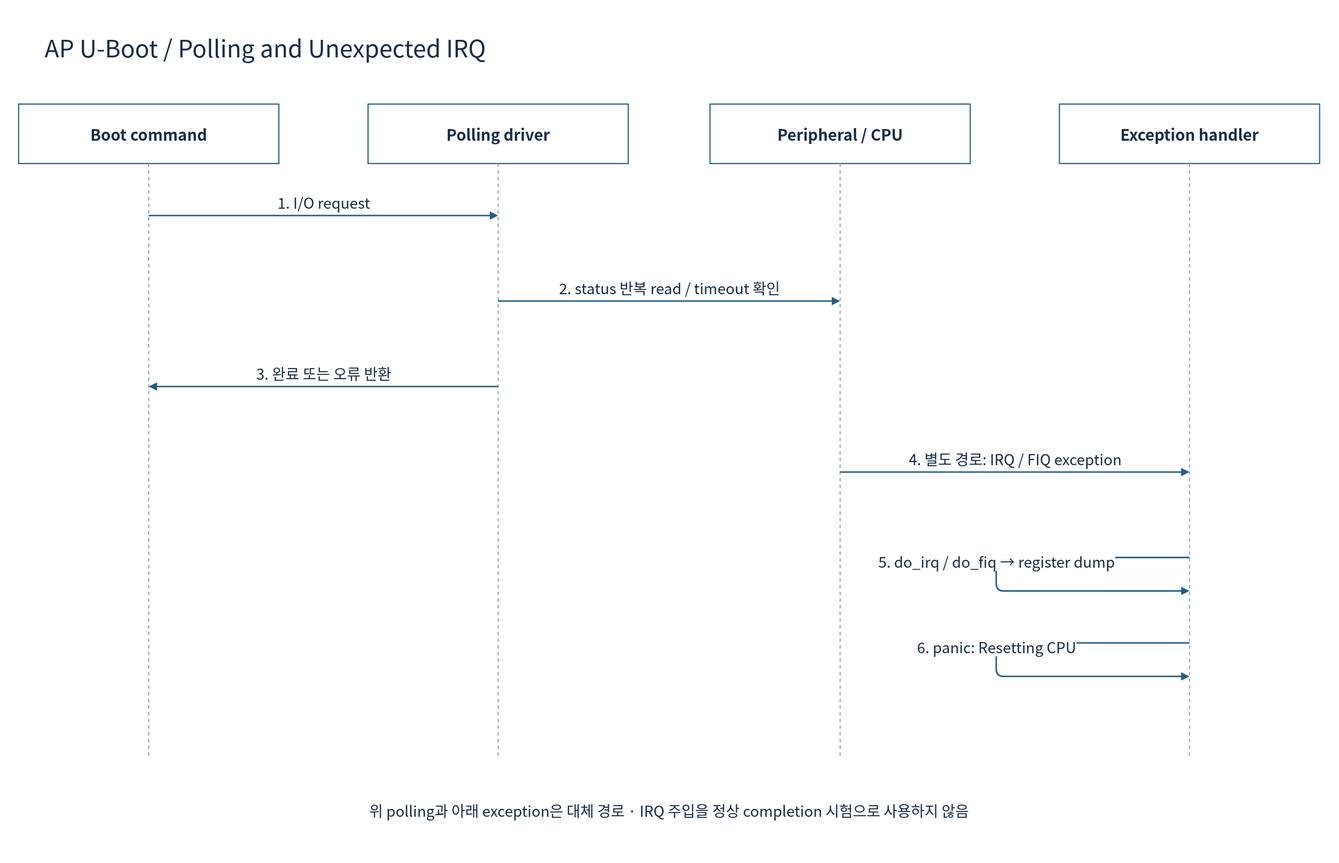
cometzero/project-apollo keeps this draw.io diagram as doc/phase1/interrupt/diagrams/09c-uboot-sequence.drawio.svg. Above is the earlier version. Source tidied: cells renumbered, new cells last; positions are measured from the earlier drawing's top-left corner, leaving out a move shared by most shapes. Its diagram source:
```xml
<mxGraphModel background="#FFFFFF">
  <root>
    <mxCell id="0" />
    <mxCell id="1" parent="0" />
    <mxCell id="2" style="rounded=0;whiteSpace=wrap;html=1;fillColor=#FFFFFF;strokeColor=none;strokeWidth=1.5;fontColor=#172C43;fontFamily=Noto Sans CJK KR;fontSize=22;spacing=10;" parent="1" vertex="1">
      <mxGeometry width="1800" height="1160" as="geometry" />
    </mxCell>
    <mxCell id="3" value="AP U-Boot / Polling and Unexpected IRQ" style="rounded=0;whiteSpace=wrap;html=1;fillColor=#FFFFFF;strokeColor=none;strokeWidth=1.5;fontColor=#172C43;fontFamily=Noto Sans CJK KR;fontSize=22;spacing=10;fontSize=32;align=left;" parent="1" vertex="1">
      <mxGeometry x="50" y="30" width="1700" height="65" as="geometry" />
    </mxCell>
    <mxCell id="4" value="Boot command" style="rounded=0;whiteSpace=wrap;html=1;fillColor=#FFFFFF;strokeColor=#235D86;strokeWidth=1.5;fontColor=#172C43;fontFamily=Noto Sans CJK KR;fontSize=22;spacing=10;fontStyle=1;fontSize=21;" parent="1" vertex="1">
      <mxGeometry x="25" y="140" width="350" height="80" as="geometry" />
    </mxCell>
    <mxCell id="5" style="endArrow=none;dashed=1;strokeColor=#94A3B8;strokeWidth=1.5;" parent="1" edge="1">
      <mxGeometry relative="1" as="geometry">
        <mxPoint x="200" y="220" as="sourcePoint" />
        <mxPoint x="200" y="1020" as="targetPoint" />
      </mxGeometry>
    </mxCell>
    <mxCell id="6" value="Polling driver" style="rounded=0;whiteSpace=wrap;html=1;fillColor=#FFFFFF;strokeColor=#235D86;strokeWidth=1.5;fontColor=#172C43;fontFamily=Noto Sans CJK KR;fontSize=22;spacing=10;fontStyle=1;fontSize=21;" parent="1" vertex="1">
      <mxGeometry x="495" y="140" width="350" height="80" as="geometry" />
    </mxCell>
    <mxCell id="7" style="endArrow=none;dashed=1;strokeColor=#94A3B8;strokeWidth=1.5;" parent="1" edge="1">
      <mxGeometry relative="1" as="geometry">
        <mxPoint x="670" y="220" as="sourcePoint" />
        <mxPoint x="670" y="1020" as="targetPoint" />
      </mxGeometry>
    </mxCell>
    <mxCell id="8" value="Peripheral / CPU" style="rounded=0;whiteSpace=wrap;html=1;fillColor=#FFFFFF;strokeColor=#235D86;strokeWidth=1.5;fontColor=#172C43;fontFamily=Noto Sans CJK KR;fontSize=22;spacing=10;fontStyle=1;fontSize=21;" parent="1" vertex="1">
      <mxGeometry x="955" y="140" width="350" height="80" as="geometry" />
    </mxCell>
    <mxCell id="9" style="endArrow=none;dashed=1;strokeColor=#94A3B8;strokeWidth=1.5;" parent="1" edge="1">
      <mxGeometry relative="1" as="geometry">
        <mxPoint x="1130" y="220" as="sourcePoint" />
        <mxPoint x="1130" y="1020" as="targetPoint" />
      </mxGeometry>
    </mxCell>
    <mxCell id="10" value="Exception handler" style="rounded=0;whiteSpace=wrap;html=1;fillColor=#FFFFFF;strokeColor=#235D86;strokeWidth=1.5;fontColor=#172C43;fontFamily=Noto Sans CJK KR;fontSize=22;spacing=10;fontStyle=1;fontSize=21;" parent="1" vertex="1">
      <mxGeometry x="1425" y="140" width="350" height="80" as="geometry" />
    </mxCell>
    <mxCell id="11" style="endArrow=none;dashed=1;strokeColor=#94A3B8;strokeWidth=1.5;" parent="1" edge="1">
      <mxGeometry relative="1" as="geometry">
        <mxPoint x="1600" y="220" as="sourcePoint" />
        <mxPoint x="1600" y="1020" as="targetPoint" />
      </mxGeometry>
    </mxCell>
    <mxCell id="12" value="1. I/O request" style="edgeStyle=none;html=1;endArrow=block;endFill=1;strokeColor=#235D86;strokeWidth=2;fontColor=#172C43;fontFamily=Noto Sans CJK KR;fontSize=20;labelBackgroundColor=#FFFFFF;" parent="1" edge="1">
      <mxGeometry relative="1" as="geometry">
        <mxPoint x="200" y="290" as="sourcePoint" />
        <mxPoint x="670" y="290" as="targetPoint" />
        <mxPoint y="-18" as="offset" />
      </mxGeometry>
    </mxCell>
    <mxCell id="13" value="2. status 반복 read / timeout 확인" style="edgeStyle=none;html=1;endArrow=block;endFill=1;strokeColor=#235D86;strokeWidth=2;fontColor=#172C43;fontFamily=Noto Sans CJK KR;fontSize=20;labelBackgroundColor=#FFFFFF;" parent="1" edge="1">
      <mxGeometry relative="1" as="geometry">
        <mxPoint x="670" y="405" as="sourcePoint" />
        <mxPoint x="1130" y="405" as="targetPoint" />
        <mxPoint y="-18" as="offset" />
      </mxGeometry>
    </mxCell>
    <mxCell id="14" value="3. 완료 또는 오류 반환" style="edgeStyle=none;html=1;endArrow=block;endFill=1;strokeColor=#235D86;strokeWidth=2;fontColor=#172C43;fontFamily=Noto Sans CJK KR;fontSize=20;labelBackgroundColor=#FFFFFF;" parent="1" edge="1">
      <mxGeometry relative="1" as="geometry">
        <mxPoint x="670" y="520" as="sourcePoint" />
        <mxPoint x="200" y="520" as="targetPoint" />
        <mxPoint y="-18" as="offset" />
      </mxGeometry>
    </mxCell>
    <mxCell id="15" value="4. 별도 경로: IRQ / FIQ exception" style="edgeStyle=none;html=1;endArrow=block;endFill=1;strokeColor=#235D86;strokeWidth=2;fontColor=#172C43;fontFamily=Noto Sans CJK KR;fontSize=20;labelBackgroundColor=#FFFFFF;" parent="1" edge="1">
      <mxGeometry relative="1" as="geometry">
        <mxPoint x="1130" y="635" as="sourcePoint" />
        <mxPoint x="1600" y="635" as="targetPoint" />
        <mxPoint y="-18" as="offset" />
      </mxGeometry>
    </mxCell>
    <mxCell id="16" value="5. do_irq / do_fiq → register dump" style="edgeStyle=none;html=1;endArrow=block;endFill=1;strokeColor=#235D86;strokeWidth=2;fontColor=#172C43;fontFamily=Noto Sans CJK KR;fontSize=20;labelBackgroundColor=#FFFFFF;" parent="1" edge="1">
      <mxGeometry relative="1" as="geometry">
        <mxPoint x="1600" y="750" as="sourcePoint" />
        <mxPoint x="1600" y="795" as="targetPoint" />
        <Array as="points">
          <mxPoint x="1340" y="750" />
          <mxPoint x="1340" y="795" />
        </Array>
        <mxPoint y="-18" as="offset" />
      </mxGeometry>
    </mxCell>
    <mxCell id="17" value="6. panic: Resetting CPU" style="edgeStyle=none;html=1;endArrow=block;endFill=1;strokeColor=#235D86;strokeWidth=2;fontColor=#172C43;fontFamily=Noto Sans CJK KR;fontSize=20;labelBackgroundColor=#FFFFFF;" parent="1" edge="1">
      <mxGeometry relative="1" as="geometry">
        <mxPoint x="1600" y="865" as="sourcePoint" />
        <mxPoint x="1600" y="910" as="targetPoint" />
        <Array as="points">
          <mxPoint x="1340" y="865" />
          <mxPoint x="1340" y="910" />
        </Array>
        <mxPoint y="-18" as="offset" />
      </mxGeometry>
    </mxCell>
    <mxCell id="18" value="위 polling과 아래 exception은 대체 경로 · IRQ 주입을 정상 completion 시험으로 사용하지 않음" style="rounded=0;whiteSpace=wrap;html=1;fillColor=#FFFFFF;strokeColor=none;strokeWidth=1.5;fontColor=#172C43;fontFamily=Noto Sans CJK KR;fontSize=22;spacing=10;fontSize=20;" parent="1" vertex="1">
      <mxGeometry x="50" y="1060" width="1700" height="60" as="geometry" />
    </mxCell>
  </root>
</mxGraphModel>
```
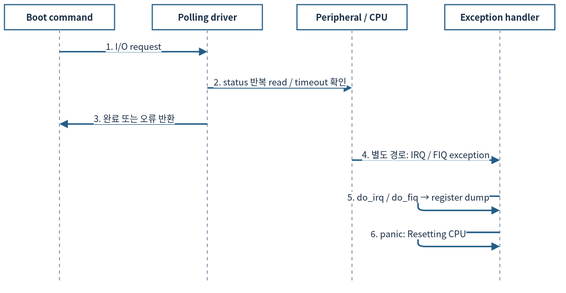
After the change.

Change to the diagram source:
```diff
@@ -2,100 +2,91 @@
   <root>
     <mxCell id="0" />
     <mxCell id="1" parent="0" />
-    <mxCell id="2" style="rounded=0;whiteSpace=wrap;html=1;fillColor=#FFFFFF;strokeColor=none;strokeWidth=1.5;fontColor=#172C43;fontFamily=Noto Sans CJK KR;fontSize=22;spacing=10;" parent="1" vertex="1">
-      <mxGeometry width="1800" height="1160" as="geometry" />
-    </mxCell>
-    <mxCell id="3" value="AP U-Boot / Polling and Unexpected IRQ" style="rounded=0;whiteSpace=wrap;html=1;fillColor=#FFFFFF;strokeColor=none;strokeWidth=1.5;fontColor=#172C43;fontFamily=Noto Sans CJK KR;fontSize=22;spacing=10;fontSize=32;align=left;" parent="1" vertex="1">
-      <mxGeometry x="50" y="30" width="1700" height="65" as="geometry" />
-    </mxCell>
-    <mxCell id="4" value="Boot command" style="rounded=0;whiteSpace=wrap;html=1;fillColor=#FFFFFF;strokeColor=#235D86;strokeWidth=1.5;fontColor=#172C43;fontFamily=Noto Sans CJK KR;fontSize=22;spacing=10;fontStyle=1;fontSize=21;" parent="1" vertex="1">
-      <mxGeometry x="25" y="140" width="350" height="80" as="geometry" />
+    <mxCell id="4" value="Boot command" style="rounded=0;whiteSpace=wrap;html=1;fillColor=#FFFFFF;strokeColor=#235D86;strokeWidth=1.5;fontColor=#172C43;fontFamily=Noto Sans CJK KR;fontStyle=1;fontSize=12;spacing=3;whiteSpace=wrap;" parent="1" vertex="1">
+      <mxGeometry x="12" y="12" width="148" height="33.8" as="geometry" />
     </mxCell>
-    <mxCell id="5" style="endArrow=none;dashed=1;strokeColor=#94A3B8;strokeWidth=1.5;" parent="1" edge="1">
+    <mxCell id="5" style="endArrow=none;dashed=1;strokeColor=#94A3B8;strokeWidth=1.5;fontSize=12;spacing=3;whiteSpace=nowrap;" parent="1" edge="1">
       <mxGeometry relative="1" as="geometry">
-        <mxPoint x="200" y="220" as="sourcePoint" />
-        <mxPoint x="200" y="1020" as="targetPoint" />
+        <mxPoint x="86" y="45.8" as="sourcePoint" />
+        <mxPoint x="86" y="384.1" as="targetPoint" />
       </mxGeometry>
     </mxCell>
-    <mxCell id="6" value="Polling driver" style="rounded=0;whiteSpace=wrap;html=1;fillColor=#FFFFFF;strokeColor=#235D86;strokeWidth=1.5;fontColor=#172C43;fontFamily=Noto Sans CJK KR;fontSize=22;spacing=10;fontStyle=1;fontSize=21;" parent="1" vertex="1">
-      <mxGeometry x="495" y="140" width="350" height="80" as="geometry" />
+    <mxCell id="6" value="Polling driver" style="rounded=0;whiteSpace=wrap;html=1;fillColor=#FFFFFF;strokeColor=#235D86;strokeWidth=1.5;fontColor=#172C43;fontFamily=Noto Sans CJK KR;fontStyle=1;fontSize=12;spacing=3;whiteSpace=wrap;" parent="1" vertex="1">
+      <mxGeometry x="210.7" y="12" width="148" height="33.8" as="geometry" />
     </mxCell>
-    <mxCell id="7" style="endArrow=none;dashed=1;strokeColor=#94A3B8;strokeWidth=1.5;" parent="1" edge="1">
+    <mxCell id="7" style="endArrow=none;dashed=1;strokeColor=#94A3B8;strokeWidth=1.5;fontSize=12;spacing=3;whiteSpace=nowrap;" parent="1" edge="1">
       <mxGeometry relative="1" as="geometry">
-        <mxPoint x="670" y="220" as="sourcePoint" />
-        <mxPoint x="670" y="1020" as="targetPoint" />
+        <mxPoint x="284.7" y="45.8" as="sourcePoint" />
+        <mxPoint x="284.7" y="384.1" as="targetPoint" />
       </mxGeometry>
     </mxCell>
-    <mxCell id="8" value="Peripheral / CPU" style="rounded=0;whiteSpace=wrap;html=1;fillColor=#FFFFFF;strokeColor=#235D86;strokeWidth=1.5;fontColor=#172C43;fontFamily=Noto Sans CJK KR;fontSize=22;spacing=10;fontStyle=1;fontSize=21;" parent="1" vertex="1">
-      <mxGeometry x="955" y="140" width="350" height="80" as="geometry" />
+    <mxCell id="8" value="Peripheral / CPU" style="rounded=0;whiteSpace=wrap;html=1;fillColor=#FFFFFF;strokeColor=#235D86;strokeWidth=1.5;fontColor=#172C43;fontFamily=Noto Sans CJK KR;fontStyle=1;fontSize=12;spacing=3;whiteSpace=wrap;" parent="1" vertex="1">
+      <mxGeometry x="405.3" y="12" width="148" height="33.8" as="geometry" />
     </mxCell>
-    <mxCell id="9" style="endArrow=none;dashed=1;strokeColor=#94A3B8;strokeWidth=1.5;" parent="1" edge="1">
+    <mxCell id="9" style="endArrow=none;dashed=1;strokeColor=#94A3B8;strokeWidth=1.5;fontSize=12;spacing=3;whiteSpace=nowrap;" parent="1" edge="1">
       <mxGeometry relative="1" as="geometry">
-        <mxPoint x="1130" y="220" as="sourcePoint" />
-        <mxPoint x="1130" y="1020" as="targetPoint" />
+        <mxPoint x="479.3" y="45.8" as="sourcePoint" />
+        <mxPoint x="479.3" y="384.1" as="targetPoint" />
       </mxGeometry>
     </mxCell>
-    <mxCell id="10" value="Exception handler" style="rounded=0;whiteSpace=wrap;html=1;fillColor=#FFFFFF;strokeColor=#235D86;strokeWidth=1.5;fontColor=#172C43;fontFamily=Noto Sans CJK KR;fontSize=22;spacing=10;fontStyle=1;fontSize=21;" parent="1" vertex="1">
-      <mxGeometry x="1425" y="140" width="350" height="80" as="geometry" />
+    <mxCell id="10" value="Exception handler" style="rounded=0;whiteSpace=wrap;html=1;fillColor=#FFFFFF;strokeColor=#235D86;strokeWidth=1.5;fontColor=#172C43;fontFamily=Noto Sans CJK KR;fontStyle=1;fontSize=12;spacing=3;whiteSpace=wrap;" parent="1" vertex="1">
+      <mxGeometry x="604" y="12" width="148" height="33.8" as="geometry" />
     </mxCell>
-    <mxCell id="11" style="endArrow=none;dashed=1;strokeColor=#94A3B8;strokeWidth=1.5;" parent="1" edge="1">
+    <mxCell id="11" style="endArrow=none;dashed=1;strokeColor=#94A3B8;strokeWidth=1.5;fontSize=12;spacing=3;whiteSpace=nowrap;" parent="1" edge="1">
       <mxGeometry relative="1" as="geometry">
-        <mxPoint x="1600" y="220" as="sourcePoint" />
-        <mxPoint x="1600" y="1020" as="targetPoint" />
+        <mxPoint x="678" y="45.8" as="sourcePoint" />
+        <mxPoint x="678" y="384.1" as="targetPoint" />
       </mxGeometry>
     </mxCell>
-    <mxCell id="12" value="1. I/O request" style="edgeStyle=none;html=1;endArrow=block;endFill=1;strokeColor=#235D86;strokeWidth=2;fontColor=#172C43;fontFamily=Noto Sans CJK KR;fontSize=20;labelBackgroundColor=#FFFFFF;" parent="1" edge="1">
+    <mxCell id="12" value="1. I/O request" style="edgeStyle=none;html=1;endArrow=block;endFill=1;strokeColor=#235D86;strokeWidth=2;fontColor=#172C43;fontFamily=Noto Sans CJK KR;labelBackgroundColor=#FFFFFF;fontSize=12;spacing=3;whiteSpace=nowrap;" parent="1" edge="1">
       <mxGeometry relative="1" as="geometry">
-        <mxPoint x="200" y="290" as="sourcePoint" />
-        <mxPoint x="670" y="290" as="targetPoint" />
-        <mxPoint y="-18" as="offset" />
+        <mxPoint x="86" y="75.4" as="sourcePoint" />
+        <mxPoint x="284.7" y="75.4" as="targetPoint" />
+        <mxPoint y="-7.6" as="offset" />
       </mxGeometry>
     </mxCell>
-    <mxCell id="13" value="2. status 반복 read / timeout 확인" style="edgeStyle=none;html=1;endArrow=block;endFill=1;strokeColor=#235D86;strokeWidth=2;fontColor=#172C43;fontFamily=Noto Sans CJK KR;fontSize=20;labelBackgroundColor=#FFFFFF;" parent="1" edge="1">
+    <mxCell id="13" value="2. status 반복 read / timeout 확인" style="edgeStyle=none;html=1;endArrow=block;endFill=1;strokeColor=#235D86;strokeWidth=2;fontColor=#172C43;fontFamily=Noto Sans CJK KR;labelBackgroundColor=#FFFFFF;fontSize=12;spacing=3;whiteSpace=nowrap;" parent="1" edge="1">
       <mxGeometry relative="1" as="geometry">
-        <mxPoint x="670" y="405" as="sourcePoint" />
-        <mxPoint x="1130" y="405" as="targetPoint" />
-        <mxPoint y="-18" as="offset" />
+        <mxPoint x="284.7" y="124.1" as="sourcePoint" />
+        <mxPoint x="479.3" y="124.1" as="targetPoint" />
+        <mxPoint y="-7.6" as="offset" />
       </mxGeometry>
     </mxCell>
-    <mxCell id="14" value="3. 완료 또는 오류 반환" style="edgeStyle=none;html=1;endArrow=block;endFill=1;strokeColor=#235D86;strokeWidth=2;fontColor=#172C43;fontFamily=Noto Sans CJK KR;fontSize=20;labelBackgroundColor=#FFFFFF;" parent="1" edge="1">
+    <mxCell id="14" value="3. 완료 또는 오류 반환" style="edgeStyle=none;html=1;endArrow=block;endFill=1;strokeColor=#235D86;strokeWidth=2;fontColor=#172C43;fontFamily=Noto Sans CJK KR;labelBackgroundColor=#FFFFFF;fontSize=12;spacing=3;whiteSpace=nowrap;" parent="1" edge="1">
       <mxGeometry relative="1" as="geometry">
-        <mxPoint x="670" y="520" as="sourcePoint" />
-        <mxPoint x="200" y="520" as="targetPoint" />
-        <mxPoint y="-18" as="offset" />
+        <mxPoint x="284.7" y="172.7" as="sourcePoint" />
+        <mxPoint x="86" y="172.7" as="targetPoint" />
+        <mxPoint y="-7.6" as="offset" />
       </mxGeometry>
     </mxCell>
-    <mxCell id="15" value="4. 별도 경로: IRQ / FIQ exception" style="edgeStyle=none;html=1;endArrow=block;endFill=1;strokeColor=#235D86;strokeWidth=2;fontColor=#172C43;fontFamily=Noto Sans CJK KR;fontSize=20;labelBackgroundColor=#FFFFFF;" parent="1" edge="1">
+    <mxCell id="15" value="4. 별도 경로: IRQ / FIQ exception" style="edgeStyle=none;html=1;endArrow=block;endFill=1;strokeColor=#235D86;strokeWidth=2;fontColor=#172C43;fontFamily=Noto Sans CJK KR;labelBackgroundColor=#FFFFFF;fontSize=12;spacing=3;whiteSpace=nowrap;" parent="1" edge="1">
       <mxGeometry relative="1" as="geometry">
-        <mxPoint x="1130" y="635" as="sourcePoint" />
-        <mxPoint x="1600" y="635" as="targetPoint" />
-        <mxPoint y="-18" as="offset" />
+        <mxPoint x="479.3" y="221.3" as="sourcePoint" />
+        <mxPoint x="678" y="221.3" as="targetPoint" />
+        <mxPoint y="-7.6" as="offset" />
       </mxGeometry>
     </mxCell>
-    <mxCell id="16" value="5. do_irq / do_fiq → register dump" style="edgeStyle=none;html=1;endArrow=block;endFill=1;strokeColor=#235D86;strokeWidth=2;fontColor=#172C43;fontFamily=Noto Sans CJK KR;fontSize=20;labelBackgroundColor=#FFFFFF;" parent="1" edge="1">
+    <mxCell id="16" value="5. do_irq / do_fiq → register dump" style="edgeStyle=none;html=1;endArrow=block;endFill=1;strokeColor=#235D86;strokeWidth=2;fontColor=#172C43;fontFamily=Noto Sans CJK KR;labelBackgroundColor=#FFFFFF;fontSize=12;spacing=3;whiteSpace=nowrap;" parent="1" edge="1">
       <mxGeometry relative="1" as="geometry">
-        <mxPoint x="1600" y="750" as="sourcePoint" />
-        <mxPoint x="1600" y="795" as="targetPoint" />
+        <mxPoint x="678" y="269.9" as="sourcePoint" />
+        <mxPoint x="678" y="289" as="targetPoint" />
         <Array as="points">
-          <mxPoint x="1340" y="750" />
-          <mxPoint x="1340" y="795" />
+          <mxPoint x="568.1" y="269.9" />
+          <mxPoint x="568.1" y="289" />
         </Array>
-        <mxPoint y="-18" as="offset" />
+        <mxPoint y="-7.6" as="offset" />
       </mxGeometry>
     </mxCell>
-    <mxCell id="17" value="6. panic: Resetting CPU" style="edgeStyle=none;html=1;endArrow=block;endFill=1;strokeColor=#235D86;strokeWidth=2;fontColor=#172C43;fontFamily=Noto Sans CJK KR;fontSize=20;labelBackgroundColor=#FFFFFF;" parent="1" edge="1">
+    <mxCell id="17" value="6. panic: Resetting CPU" style="edgeStyle=none;html=1;endArrow=block;endFill=1;strokeColor=#235D86;strokeWidth=2;fontColor=#172C43;fontFamily=Noto Sans CJK KR;labelBackgroundColor=#FFFFFF;fontSize=12;spacing=3;whiteSpace=nowrap;" parent="1" edge="1">
       <mxGeometry relative="1" as="geometry">
-        <mxPoint x="1600" y="865" as="sourcePoint" />
-        <mxPoint x="1600" y="910" as="targetPoint" />
+        <mxPoint x="678" y="318.6" as="sourcePoint" />
+        <mxPoint x="678" y="337.6" as="targetPoint" />
         <Array as="points">
-          <mxPoint x="1340" y="865" />
-          <mxPoint x="1340" y="910" />
+          <mxPoint x="568.1" y="318.6" />
+          <mxPoint x="568.1" y="337.6" />
         </Array>
-        <mxPoint y="-18" as="offset" />
+        <mxPoint y="-7.6" as="offset" />
       </mxGeometry>
     </mxCell>
-    <mxCell id="18" value="위 polling과 아래 exception은 대체 경로 · IRQ 주입을 정상 completion 시험으로 사용하지 않음" style="rounded=0;whiteSpace=wrap;html=1;fillColor=#FFFFFF;strokeColor=none;strokeWidth=1.5;fontColor=#172C43;fontFamily=Noto Sans CJK KR;fontSize=22;spacing=10;fontSize=20;" parent="1" vertex="1">
-      <mxGeometry x="50" y="1060" width="1700" height="60" as="geometry" />
-    </mxCell>
   </root>
 </mxGraphModel>
```
